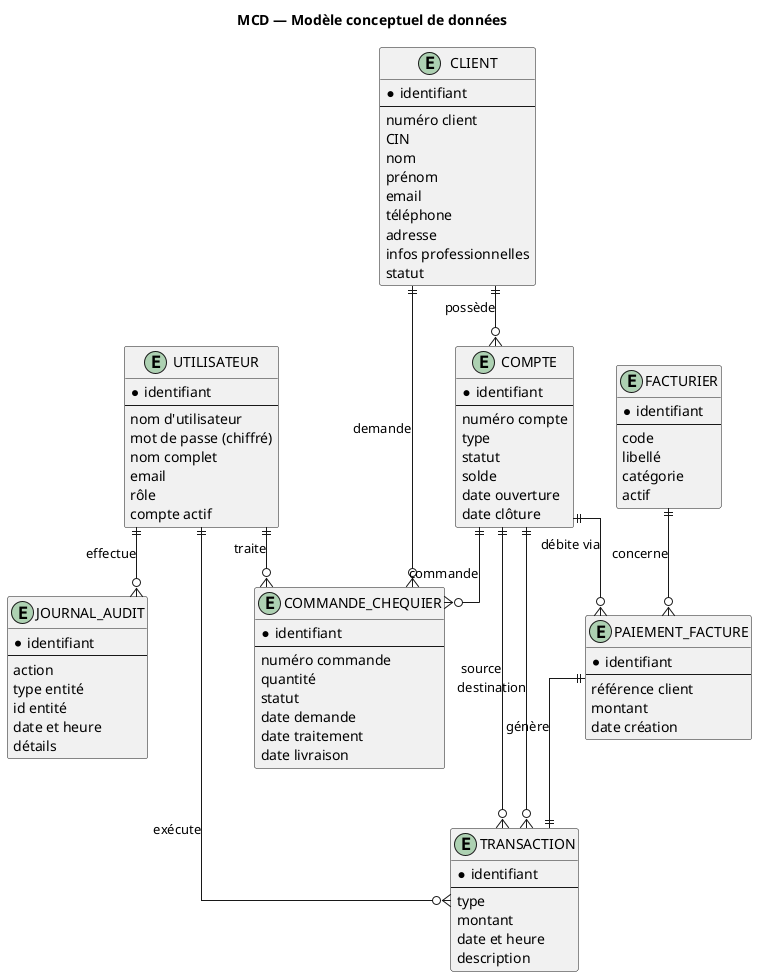
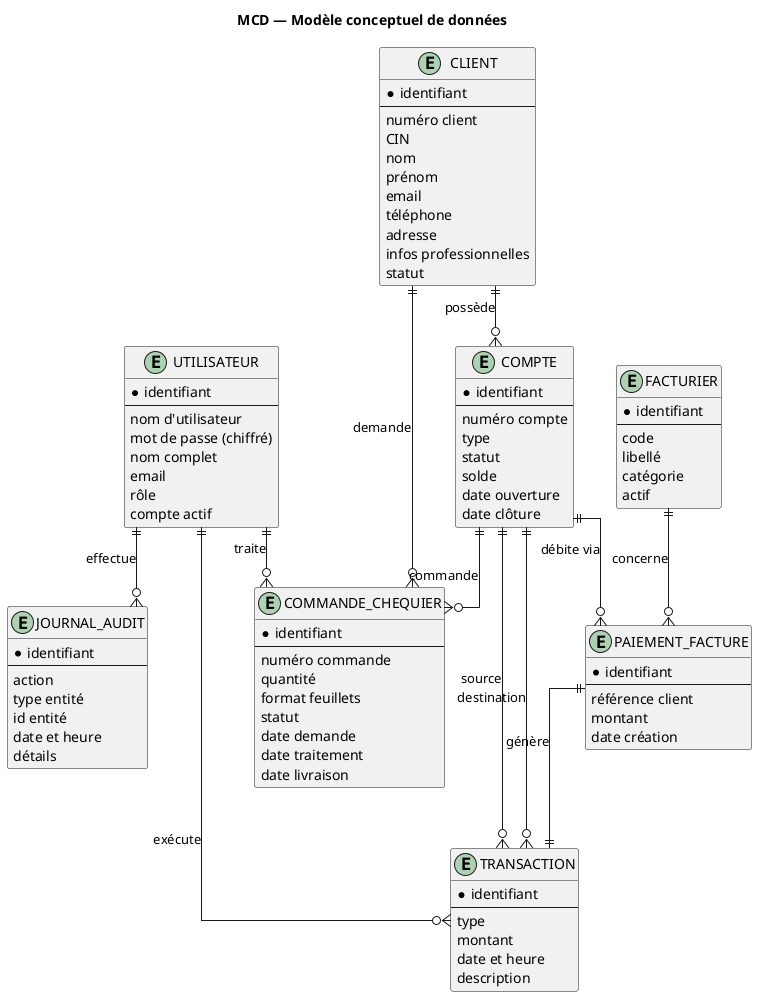
@startuml MCD
skinparam shadowing false
skinparam linetype ortho

title MCD — Modèle conceptuel de données

entity "UTILISATEUR" as user {
  * identifiant
  --
  nom d'utilisateur
  mot de passe (chiffré)
  nom complet
  email
  rôle
  compte actif
}

entity "CLIENT" as client {
  * identifiant
  --
  numéro client
  CIN
  nom
  prénom
  email
  téléphone
  adresse
  infos professionnelles
  statut
}

entity "COMPTE" as account {
  * identifiant
  --
  numéro compte
  type
  statut
  solde
  date ouverture
  date clôture
}

entity "TRANSACTION" as transaction {
  * identifiant
  --
  type
  montant
  date et heure
  description
}

entity "FACTURIER" as provider {
  * identifiant
  --
  code
  libellé
  catégorie
  actif
}

entity "PAIEMENT_FACTURE" as bill {
  * identifiant
  --
  référence client
  montant
  date création
}

entity "COMMANDE_CHEQUIER" as chq {
  * identifiant
  --
  numéro commande
  quantité
+   format feuillets
  statut
  date demande
  date traitement
  date livraison
}

entity "JOURNAL_AUDIT" as audit {
  * identifiant
  --
  action
  type entité
  id entité
  date et heure
  détails
}

client ||--o{ account : possède
client ||--o{ chq : demande
user ||--o{ transaction : exécute
user ||--o{ chq : traite
user ||--o{ audit : effectue
account ||--o{ transaction : source
account ||--o{ transaction : destination
account ||--o{ bill : débite via
account ||--o{ chq : commande
provider ||--o{ bill : concerne
bill ||--|| transaction : génère

@enduml
